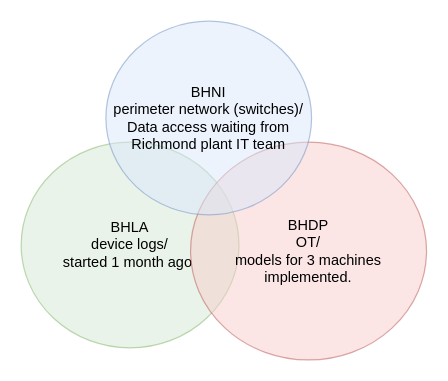
The draw.io diagram BH family.drawio in VadneyK/diagrams, before the edit. Source tidied: cells renumbered, new cells numbered last; positions are measured from the earlier drawing's top-left corner, leaving out a move shared by most shapes. Both pictures are drawn from the tidied source at 121%, with x=0, y=0 at pixel (21, 21).
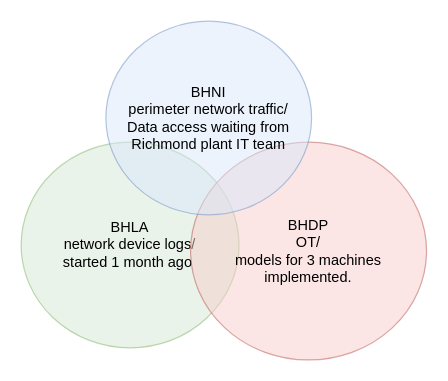
The same diagram, later.

What changed in the source:
```diff
@@
 <mxGraphModel>
   <root>
     <mxCell id="0" />
     <mxCell id="1" parent="0" />
-    <mxCell id="2" value="BHLA&lt;div&gt;device logs/&lt;/div&gt;&lt;div&gt;started 1 month ago&amp;nbsp;&lt;/div&gt;" style="ellipse;whiteSpace=wrap;html=1;opacity=50;fillColor=#d5e8d4;strokeColor=#82b366;" parent="1" vertex="1">
+    <mxCell id="2" value="BHLA&lt;div&gt;network device logs/&lt;/div&gt;&lt;div&gt;started 1 month ago&amp;nbsp;&lt;/div&gt;" style="ellipse;whiteSpace=wrap;html=1;opacity=50;fillColor=#d5e8d4;strokeColor=#82b366;" parent="1" vertex="1">
       <mxGeometry y="100" width="180" height="170" as="geometry" />
     </mxCell>
     <mxCell id="3" value="BHDP&lt;div&gt;OT/&lt;/div&gt;&lt;div&gt;&lt;span style=&quot;background-color: initial;&quot;&gt;models for 3 machines implemented.&lt;/span&gt;&lt;/div&gt;" style="ellipse;whiteSpace=wrap;html=1;opacity=50;fillColor=#f8cecc;strokeColor=#b85450;" parent="1" vertex="1">
       <mxGeometry x="140" y="100" width="195" height="180" as="geometry" />
     </mxCell>
-    <mxCell id="4" value="BHNI&lt;div&gt;perimeter network (switches)/&lt;/div&gt;&lt;div&gt;Data access waiting from Richmond plant IT team&lt;/div&gt;" style="ellipse;whiteSpace=wrap;html=1;opacity=50;fillColor=#dae8fc;strokeColor=#6c8ebf;" parent="1" vertex="1">
+    <mxCell id="4" value="BHNI&lt;div&gt;perimeter network traffic/&lt;/div&gt;&lt;div&gt;Data access waiting from Richmond plant IT team&lt;/div&gt;" style="ellipse;whiteSpace=wrap;html=1;opacity=50;fillColor=#dae8fc;strokeColor=#6c8ebf;" parent="1" vertex="1">
       <mxGeometry x="70" width="170" height="160" as="geometry" />
     </mxCell>
   </root>
 </mxGraphModel>
```
